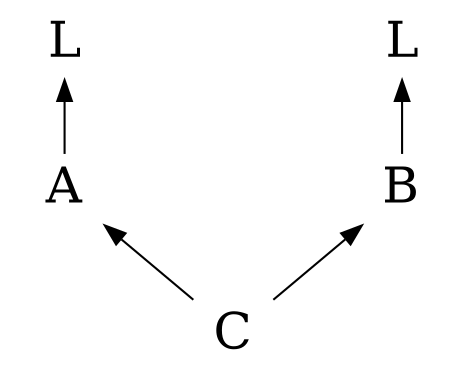
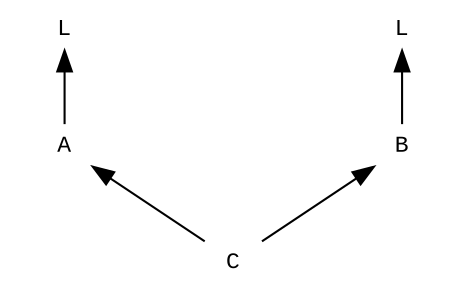
digraph nonvirt {
    graph [nodesep=1.5, rankdir=BT];

-     L1 [label = "L", shape=plaintext, height=.1, fontsize=24];
-     L2 [label = "L", shape=plaintext, height=.1, fontsize=24];
-     A [shape=plaintext, height=.1, fontsize=24];
-     B [shape=plaintext, height=.1, fontsize=24];
-     C [shape=plaintext, height=.1, fontsize=24];
+     L1 [label = "L", shape=plaintext, height=.1, fontsize=11, fontname="Courier New"];
+     L2 [label = "L", shape=plaintext, height=.1, fontsize=11, fontname="Courier New"];
+     A [shape=plaintext, height=.1, fontsize=11, fontname="Courier New"];
+     B [shape=plaintext, height=.1, fontsize=11, fontname="Courier New"];
+     C [shape=plaintext, height=.1, fontsize=11, fontname="Courier New"];

    C -> B;
    C -> A;
    B -> L2;
    A -> L1;
- }+ }
